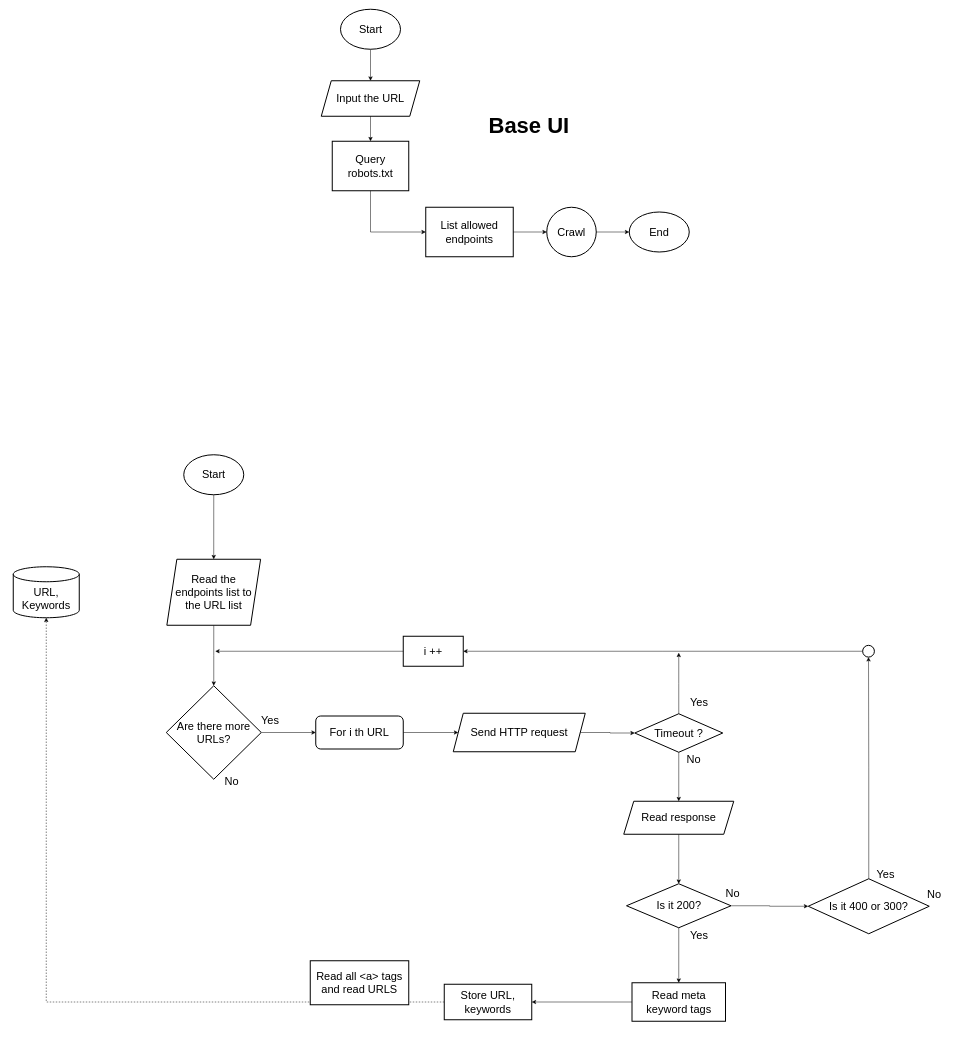
Altier-Tech/creepy-crawly keeps this draw.io diagram as sketches/base flows.drawio. Above is the earlier version. Source tidied: cells renumbered, new cells numbered last; positions are measured from the earlier drawing's top-left corner, leaving out a move shared by most shapes. Both pictures are drawn from the tidied source at 50%, with x=0, y=0 at pixel (13, 9).
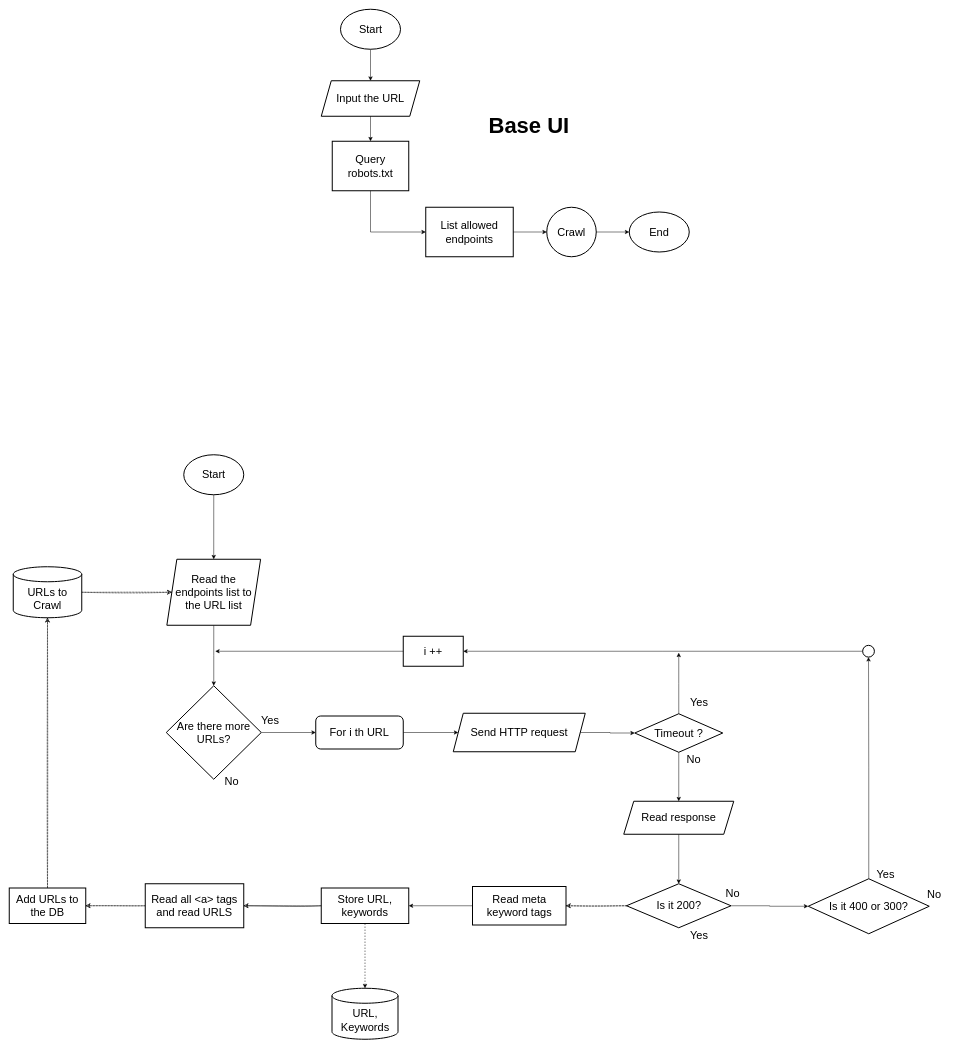
After the change.

The change refers to these unchanged cells:
```xml
<mxCell id="18" value="Read the endpoints list to the URL list" style="shape=parallelogram;perimeter=parallelogramPerimeter;whiteSpace=wrap;html=1;fixedSize=1;strokeWidth=2;fontSize=22;" parent="1" vertex="1">
  <mxGeometry x="307.2" y="1100" width="187.5" height="132" as="geometry" />
</mxCell>
<mxCell id="50" value="Is it 200?" style="rhombus;whiteSpace=wrap;html=1;fontSize=22;strokeWidth=2;" parent="49" vertex="1">
  <mxGeometry width="209" height="88" as="geometry" />
</mxCell>
```

Diff of the diagram source:
```diff
@@
     <mxCell id="55" value="Read meta keyword tags" style="rounded=0;whiteSpace=wrap;html=1;strokeWidth=2;fontSize=22;" parent="1" vertex="1">
-      <mxGeometry x="1237.5" y="1947" width="187" height="77" as="geometry" />
+      <mxGeometry x="918.5" y="1754.5" width="187" height="77" as="geometry" />
     </mxCell>
-    <mxCell id="56" style="edgeStyle=orthogonalEdgeStyle;rounded=0;jettySize=auto;html=1;entryX=0.5;entryY=0;entryDx=0;entryDy=0;fontSize=22;" parent="1" edge="1" source="50" target="55">
-      <mxGeometry relative="1" as="geometry" />
-    </mxCell>
     <mxCell id="57" value="URL, Keywords" style="shape=cylinder3;whiteSpace=wrap;html=1;boundedLbl=1;backgroundOutline=1;size=15;strokeWidth=2;fontSize=22;" parent="1" vertex="1">
-      <mxGeometry y="1115" width="132" height="102" as="geometry" />
+      <mxGeometry x="637.5" y="1958" width="132" height="102" as="geometry" />
     </mxCell>
@@
+    <mxCell id="61" style="edgeStyle=orthogonalEdgeStyle;rounded=0;sketch=1;jettySize=auto;html=1;entryX=1;entryY=0.5;entryDx=0;entryDy=0;strokeColor=default;fontSize=22;" parent="1" edge="1" source="59" target="60">
+      <mxGeometry relative="1" as="geometry" />
+    </mxCell>
     <mxCell id="59" value="Store URL, keywords" style="rounded=0;whiteSpace=wrap;html=1;strokeWidth=2;fontSize=22;" parent="1" vertex="1">
-      <mxGeometry x="862" y="1950" width="175" height="71" as="geometry" />
+      <mxGeometry x="616" y="1757.5" width="175" height="71" as="geometry" />
     </mxCell>
+    <mxCell id="62" style="edgeStyle=orthogonalEdgeStyle;rounded=0;sketch=1;jettySize=auto;html=1;entryX=1;entryY=0.5;entryDx=0;entryDy=0;dashed=1;strokeColor=default;fontSize=22;" parent="1" edge="1" source="60" target="66">
+      <mxGeometry relative="1" as="geometry" />
+    </mxCell>
     <mxCell id="60" value="Read all &amp;lt;a&amp;gt; tags and read URLS" style="rounded=0;whiteSpace=wrap;html=1;strokeWidth=2;fontSize=22;" parent="1" vertex="1">
-      <mxGeometry x="594" y="1903" width="197" height="88" as="geometry" />
+      <mxGeometry x="264" y="1749" width="197" height="88" as="geometry" />
     </mxCell>
+    <mxCell id="63" style="edgeStyle=orthogonalEdgeStyle;rounded=0;sketch=1;jettySize=auto;html=1;entryX=0;entryY=0.5;entryDx=0;entryDy=0;strokeColor=default;fontSize=22;dashed=1;" parent="1" edge="1" source="64" target="18">
+      <mxGeometry relative="1" as="geometry" />
+    </mxCell>
+    <mxCell id="64" value="URLs to Crawl" style="shape=cylinder3;whiteSpace=wrap;html=1;boundedLbl=1;backgroundOutline=1;size=15;strokeWidth=2;fontSize=22;" parent="1" vertex="1">
+      <mxGeometry y="1115" width="137" height="102" as="geometry" />
+    </mxCell>
+    <mxCell id="65" style="edgeStyle=orthogonalEdgeStyle;rounded=0;sketch=1;jettySize=auto;html=1;entryX=0.5;entryY=1;entryDx=0;entryDy=0;entryPerimeter=0;dashed=1;strokeColor=default;fontSize=22;" parent="1" edge="1" source="66" target="64">
+      <mxGeometry relative="1" as="geometry" />
+    </mxCell>
+    <mxCell id="66" value="Add URLs to the DB" style="rounded=0;whiteSpace=wrap;html=1;strokeWidth=2;fontSize=22;" parent="1" vertex="1">
+      <mxGeometry x="-8" y="1757.5" width="153" height="71" as="geometry" />
+    </mxCell>
+    <mxCell id="56" style="edgeStyle=orthogonalEdgeStyle;rounded=0;sketch=1;jettySize=auto;html=1;entryX=1;entryY=0.5;entryDx=0;entryDy=0;dashed=1;strokeColor=default;fontSize=22;" parent="1" edge="1" source="50" target="55">
+      <mxGeometry relative="1" as="geometry" />
+    </mxCell>
```
